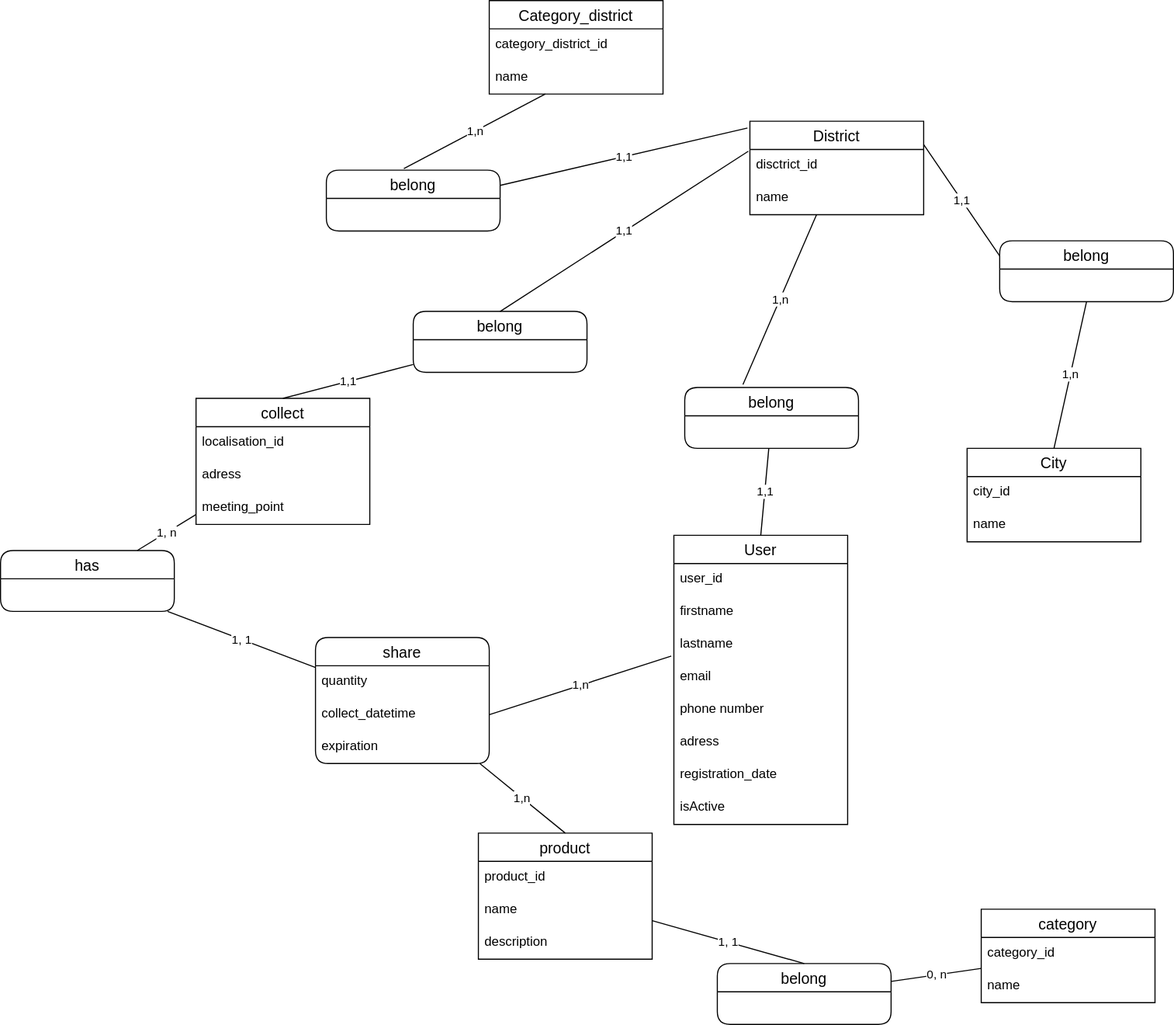
Before: code/server/Merise_VAG/MCD/vag.drawio.svg, a diagram exported from draw.io (Mandine42/vag). Source tidied: cells renumbered, new cells last; positions are measured from the earlier drawing's top-left corner, leaving out a move shared by most shapes.
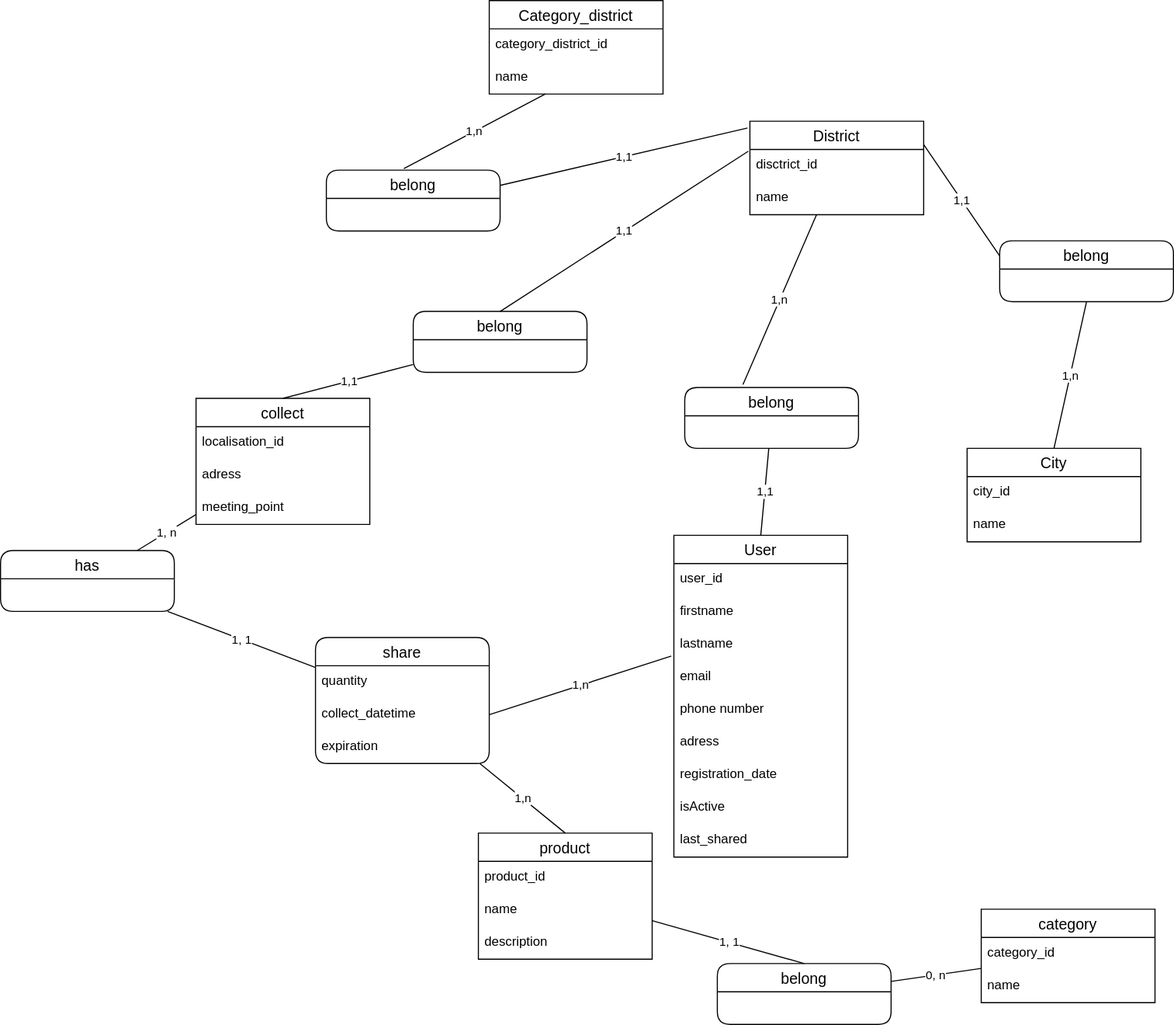
The same diagram one commit later.

What changed in the source:
```diff
@@ -3,7 +3,7 @@
     <mxCell id="0" />
     <mxCell id="1" parent="0" />
     <mxCell id="2" value="User" style="swimlane;fontStyle=0;horizontal=1;startSize=26;align=center;fontSize=14;" parent="1" vertex="1">
-      <mxGeometry x="620" y="492" width="160" height="266" as="geometry" />
+      <mxGeometry x="620" y="492" width="160" height="296" as="geometry" />
     </mxCell>
     <mxCell id="3" value="user_id" style="text;strokeColor=none;fillColor=none;spacingLeft=4;spacingRight=4;overflow=hidden;fontSize=12;" parent="2" vertex="1">
       <mxGeometry y="26" width="160" height="30" as="geometry" />
@@ -29,6 +29,9 @@
     <mxCell id="10" value="isActive" style="text;strokeColor=none;fillColor=none;spacingLeft=4;spacingRight=4;overflow=hidden;fontSize=12;" parent="2" vertex="1">
       <mxGeometry y="236" width="160" height="30" as="geometry" />
     </mxCell>
+    <mxCell id="55" value="last_shared" style="text;strokeColor=none;fillColor=none;spacingLeft=4;spacingRight=4;overflow=hidden;fontSize=12;" parent="2" vertex="1">
+      <mxGeometry y="266" width="160" height="30" as="geometry" />
+    </mxCell>
     <mxCell id="11" value="product" style="swimlane;fontStyle=0;horizontal=1;startSize=26;align=center;fontSize=14;" parent="1" vertex="1">
       <mxGeometry x="440" y="766" width="160" height="116" as="geometry" />
     </mxCell>
```
